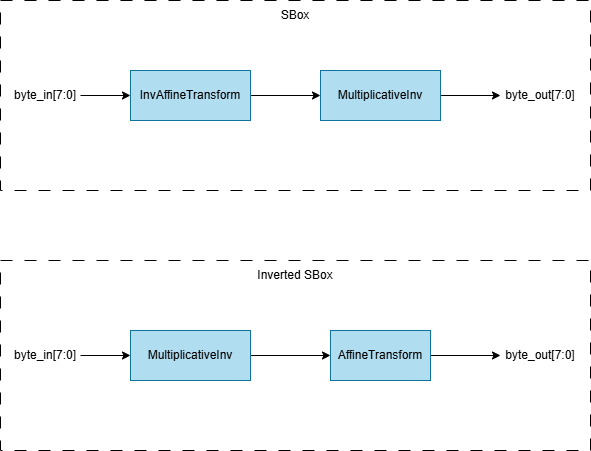
LQLManZz/AES128-Verilog keeps this draw.io diagram as KeyExpansion/media/SBoxCombinationalLogic.png. Above is the earlier version. Source tidied: cells renumbered, new cells last; positions are measured from the earlier drawing's top-left corner, leaving out a move shared by most shapes. The source it was exported from:
```xml
<mxGraphModel>
  <root>
    <mxCell id="0" />
    <mxCell id="1" parent="0" />
    <mxCell id="2" style="group;" parent="1" vertex="1">
      <mxGeometry y="260" width="590" height="190" as="geometry" />
    </mxCell>
    <mxCell id="3" style="whiteSpace=wrap;html=1;dashed=1;dashPattern=12 12;fillColor=none;" parent="2" vertex="1">
      <mxGeometry width="590" height="190" as="geometry" />
    </mxCell>
    <mxCell id="4" value="Inverted SBox" style="text;html=1;whiteSpace=wrap;strokeColor=none;fillColor=none;align=center;verticalAlign=middle;rounded=0;" parent="2" vertex="1">
      <mxGeometry x="245" width="100" height="30" as="geometry" />
    </mxCell>
    <mxCell id="5" style="edgeStyle=orthogonalEdgeStyle;rounded=0;jettySize=auto;html=1;" parent="2" edge="1" source="6" target="7">
      <mxGeometry relative="1" as="geometry" />
    </mxCell>
    <mxCell id="6" value="AffineTransform" style="rounded=0;whiteSpace=wrap;html=1;fillColor=#b1ddf0;strokeColor=#10739e;" parent="2" vertex="1">
      <mxGeometry x="330" y="70" width="100" height="50" as="geometry" />
    </mxCell>
    <mxCell id="7" value="byte_out[7:0]" style="text;html=1;whiteSpace=wrap;strokeColor=none;fillColor=none;align=center;verticalAlign=middle;rounded=0;" parent="2" vertex="1">
      <mxGeometry x="500" y="80" width="80" height="30" as="geometry" />
    </mxCell>
    <mxCell id="8" style="edgeStyle=orthogonalEdgeStyle;rounded=0;jettySize=auto;html=1;" parent="2" edge="1" source="9" target="6">
      <mxGeometry relative="1" as="geometry" />
    </mxCell>
    <mxCell id="9" value="MultiplicativeInv" style="rounded=0;whiteSpace=wrap;html=1;fillColor=#b1ddf0;strokeColor=#10739e;" parent="2" vertex="1">
      <mxGeometry x="130" y="70" width="120" height="50" as="geometry" />
    </mxCell>
    <mxCell id="10" style="edgeStyle=orthogonalEdgeStyle;rounded=0;jettySize=auto;html=1;" parent="2" edge="1" source="11" target="9">
      <mxGeometry relative="1" as="geometry" />
    </mxCell>
    <mxCell id="11" value="byte_in[7:0]" style="text;html=1;whiteSpace=wrap;strokeColor=none;fillColor=none;align=center;verticalAlign=middle;rounded=0;" parent="2" vertex="1">
      <mxGeometry x="10" y="80" width="70" height="30" as="geometry" />
    </mxCell>
    <mxCell id="12" style="group;" parent="1" vertex="1">
      <mxGeometry width="590" height="190" as="geometry" />
    </mxCell>
    <mxCell id="13" style="edgeStyle=orthogonalEdgeStyle;rounded=0;jettySize=auto;html=1;" parent="12" edge="1" source="14" target="16">
      <mxGeometry relative="1" as="geometry" />
    </mxCell>
    <mxCell id="14" value="InvAffineTransform" style="rounded=0;whiteSpace=wrap;html=1;fillColor=#b1ddf0;strokeColor=#10739e;" parent="12" vertex="1">
      <mxGeometry x="130" y="70" width="120" height="50" as="geometry" />
    </mxCell>
    <mxCell id="15" style="edgeStyle=orthogonalEdgeStyle;rounded=0;jettySize=auto;html=1;" parent="12" edge="1" source="16" target="19">
      <mxGeometry relative="1" as="geometry" />
    </mxCell>
    <mxCell id="16" value="MultiplicativeInv" style="rounded=0;whiteSpace=wrap;html=1;fillColor=#b1ddf0;strokeColor=#10739e;" parent="12" vertex="1">
      <mxGeometry x="320" y="70" width="120" height="50" as="geometry" />
    </mxCell>
    <mxCell id="17" style="edgeStyle=orthogonalEdgeStyle;rounded=0;jettySize=auto;html=1;" parent="12" edge="1" source="18" target="14">
      <mxGeometry relative="1" as="geometry" />
    </mxCell>
    <mxCell id="18" value="byte_in[7:0]" style="text;html=1;whiteSpace=wrap;strokeColor=none;fillColor=none;align=center;verticalAlign=middle;rounded=0;" parent="12" vertex="1">
      <mxGeometry x="10" y="80" width="70" height="30" as="geometry" />
    </mxCell>
    <mxCell id="19" value="byte_out[7:0]" style="text;html=1;whiteSpace=wrap;strokeColor=none;fillColor=none;align=center;verticalAlign=middle;rounded=0;" parent="12" vertex="1">
      <mxGeometry x="500" y="80" width="80" height="30" as="geometry" />
    </mxCell>
    <mxCell id="20" style="group;" parent="12" vertex="1">
      <mxGeometry width="590" height="190" as="geometry" />
    </mxCell>
    <mxCell id="21" style="whiteSpace=wrap;html=1;dashed=1;dashPattern=12 12;fillColor=none;" parent="20" vertex="1">
      <mxGeometry width="590" height="190" as="geometry" />
    </mxCell>
    <mxCell id="22" value="SBox" style="text;html=1;whiteSpace=wrap;strokeColor=none;fillColor=none;align=center;verticalAlign=middle;rounded=0;" parent="20" vertex="1">
      <mxGeometry x="270" width="50" height="30" as="geometry" />
    </mxCell>
  </root>
</mxGraphModel>
```
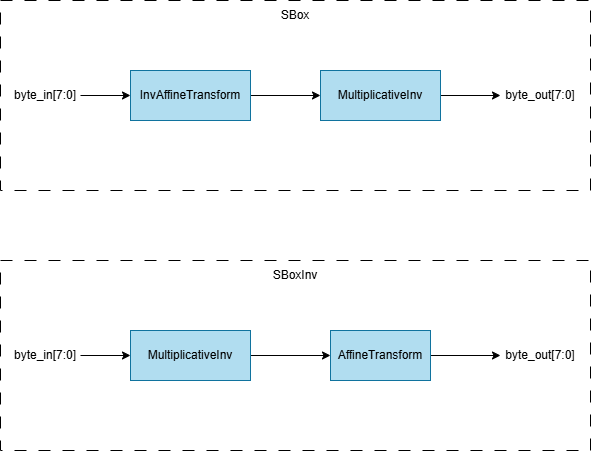
The same diagram one commit later.

The edit, as a diff of the source:
```diff
@@ -8,7 +8,7 @@
     <mxCell id="3" style="whiteSpace=wrap;html=1;dashed=1;dashPattern=12 12;fillColor=none;" parent="2" vertex="1">
       <mxGeometry width="590" height="190" as="geometry" />
     </mxCell>
-    <mxCell id="4" value="Inverted SBox" style="text;html=1;whiteSpace=wrap;strokeColor=none;fillColor=none;align=center;verticalAlign=middle;rounded=0;" parent="2" vertex="1">
+    <mxCell id="4" value="SBoxInv" style="text;html=1;whiteSpace=wrap;strokeColor=none;fillColor=none;align=center;verticalAlign=middle;rounded=0;" parent="2" vertex="1">
       <mxGeometry x="245" width="100" height="30" as="geometry" />
     </mxCell>
     <mxCell id="5" style="edgeStyle=orthogonalEdgeStyle;rounded=0;jettySize=auto;html=1;" parent="2" edge="1" source="6" target="7">
```
